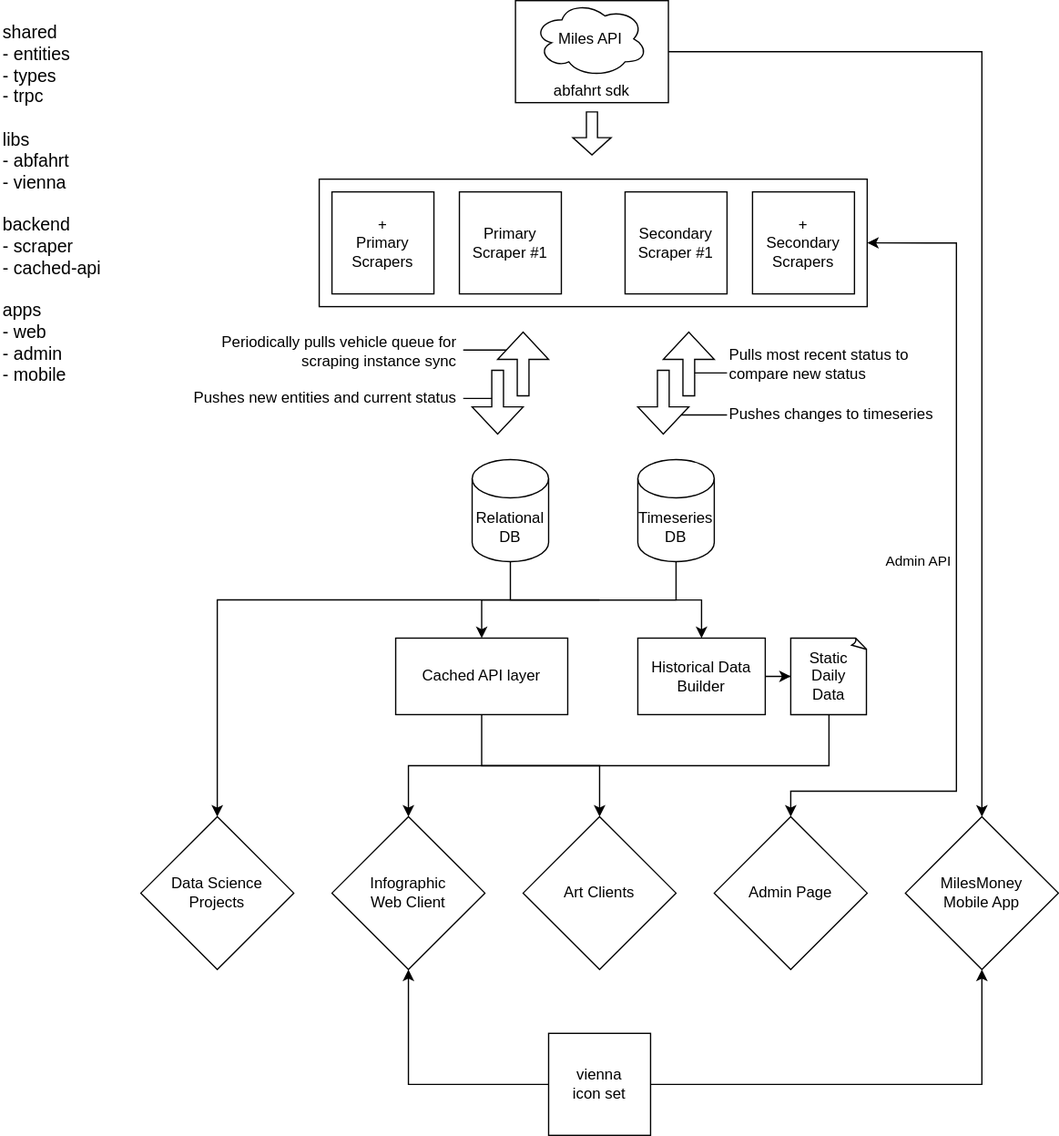
Before: docs/Project Structure.drawio.svg, a diagram exported from draw.io (koenidv/vorfahrt). Source tidied: cells renumbered, new cells last; positions are measured from the earlier drawing's top-left corner, leaving out a move shared by most shapes.
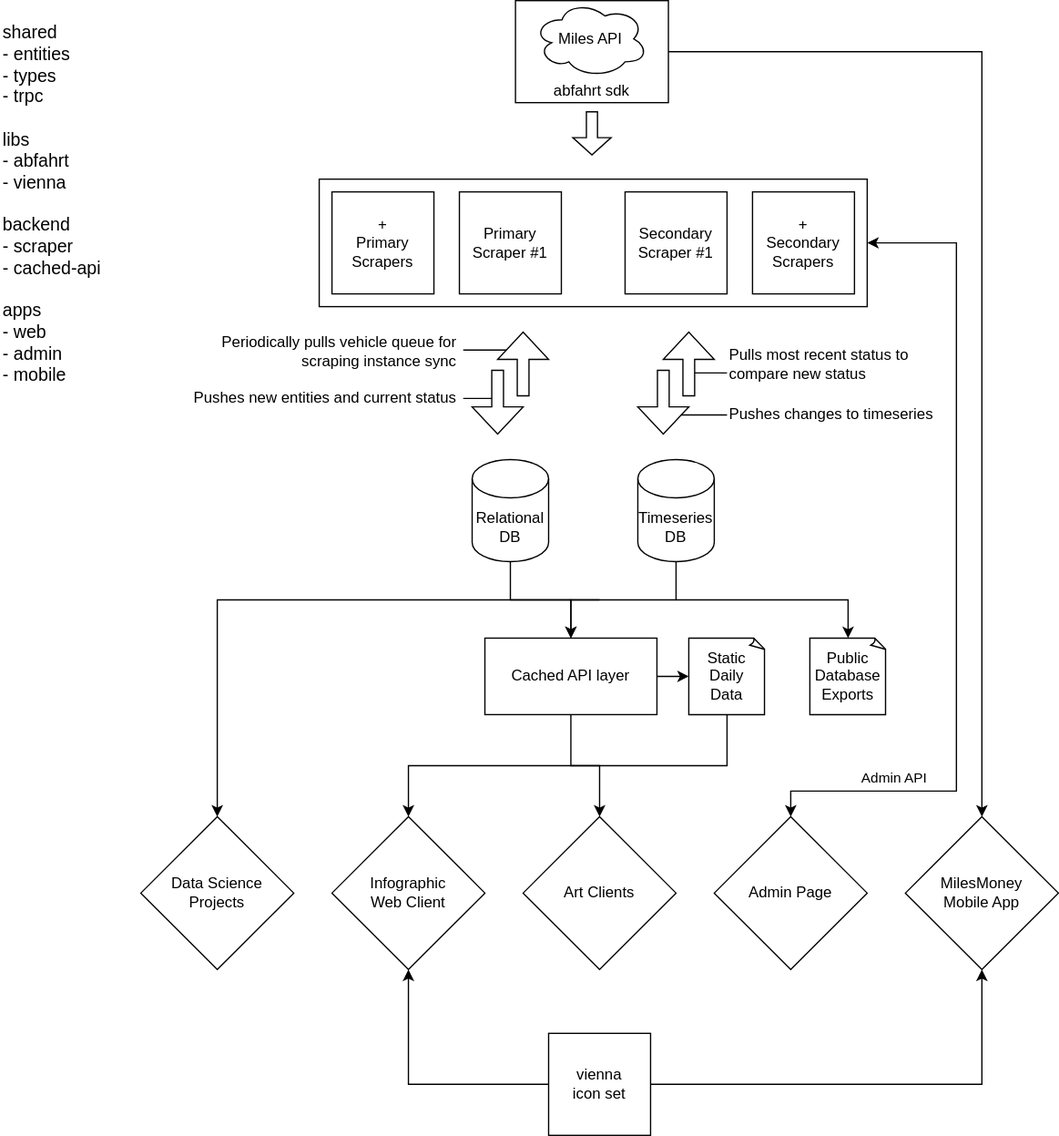
After the commit.

Change to the diagram source:
```diff
@@ -42,7 +42,7 @@
       <mxGeometry x="490" y="150" width="80" height="80" as="geometry" />
     </mxCell>
     <mxCell id="12" value="Admin API" style="edgeStyle=orthogonalEdgeStyle;rounded=0;jettySize=auto;html=1;entryX=0.5;entryY=0;entryDx=0;entryDy=0;startArrow=classic;startFill=1;" parent="1" edge="1" target="37">
-      <mxGeometry x="-0.02" y="-30" relative="1" as="geometry">
+      <mxGeometry x="0.69" y="-10" relative="1" as="geometry">
         <mxPoint x="680" y="190" as="sourcePoint" />
         <Array as="points">
           <mxPoint x="750" y="190" />
@@ -54,24 +54,14 @@
     <mxCell id="13" value="+&lt;br&gt;Secondary Scrapers" style="whiteSpace=wrap;html=1;" parent="1" vertex="1">
       <mxGeometry x="590" y="150" width="80" height="80" as="geometry" />
     </mxCell>
-    <mxCell id="14" style="edgeStyle=orthogonalEdgeStyle;rounded=0;jettySize=auto;html=1;entryX=0.5;entryY=0;entryDx=0;entryDy=0;" parent="1" edge="1" source="15" target="30">
-      <mxGeometry relative="1" as="geometry">
-        <Array as="points">
-          <mxPoint x="400" y="470" />
-          <mxPoint x="550" y="470" />
-        </Array>
-      </mxGeometry>
-    </mxCell>
+    <mxCell id="44" style="edgeStyle=orthogonalEdgeStyle;rounded=0;jettySize=auto;html=1;" parent="1" edge="1" source="15" target="28">
+      <mxGeometry relative="1" as="geometry" />
+    </mxCell>
     <mxCell id="15" value="Relational DB" style="shape=cylinder3;whiteSpace=wrap;html=1;boundedLbl=1;backgroundOutline=1;size=15;" parent="1" vertex="1">
       <mxGeometry x="370" y="360" width="60" height="80" as="geometry" />
     </mxCell>
     <mxCell id="16" style="edgeStyle=orthogonalEdgeStyle;rounded=0;jettySize=auto;html=1;entryX=0.5;entryY=0;entryDx=0;entryDy=0;" parent="1" edge="1" source="17" target="28">
-      <mxGeometry relative="1" as="geometry">
-        <Array as="points">
-          <mxPoint x="530" y="470" />
-          <mxPoint x="378" y="470" />
-        </Array>
-      </mxGeometry>
+      <mxGeometry relative="1" as="geometry" />
     </mxCell>
     <mxCell id="17" value="Timeseries DB" style="shape=cylinder3;whiteSpace=wrap;html=1;boundedLbl=1;backgroundOutline=1;size=15;" parent="1" vertex="1">
       <mxGeometry x="500" y="360" width="60" height="80" as="geometry" />
@@ -108,26 +98,23 @@
     <mxCell id="27" style="edgeStyle=orthogonalEdgeStyle;rounded=0;jettySize=auto;html=1;entryX=0.5;entryY=0;entryDx=0;entryDy=0;" parent="1" edge="1" source="28" target="35">
       <mxGeometry relative="1" as="geometry" />
     </mxCell>
+    <mxCell id="45" style="edgeStyle=orthogonalEdgeStyle;rounded=0;jettySize=auto;html=1;" parent="1" edge="1" source="28" target="31">
+      <mxGeometry relative="1" as="geometry" />
+    </mxCell>
     <mxCell id="28" value="Cached API layer" style="rounded=0;whiteSpace=wrap;html=1;" parent="1" vertex="1">
-      <mxGeometry x="310" y="500" width="135" height="60" as="geometry" />
+      <mxGeometry x="380" y="500" width="135" height="60" as="geometry" />
     </mxCell>
     <mxCell id="29" style="edgeStyle=orthogonalEdgeStyle;rounded=0;jettySize=auto;html=1;exitX=0.5;exitY=1;exitDx=0;exitDy=0;exitPerimeter=0;" parent="1" edge="1" source="31" target="34">
       <mxGeometry relative="1" as="geometry">
         <Array as="points">
-          <mxPoint x="650" y="600" />
+          <mxPoint x="570" y="600" />
           <mxPoint x="320" y="600" />
         </Array>
       </mxGeometry>
     </mxCell>
-    <mxCell id="30" value="Historical Data Builder" style="rounded=0;whiteSpace=wrap;html=1;" parent="1" vertex="1">
-      <mxGeometry x="500" y="500" width="100" height="60" as="geometry" />
-    </mxCell>
     <mxCell id="31" value="Static Daily&lt;br&gt;Data" style="whiteSpace=wrap;html=1;shape=mxgraph.basic.document;" parent="1" vertex="1">
-      <mxGeometry x="620" y="500" width="60" height="60" as="geometry" />
+      <mxGeometry x="540" y="500" width="60" height="60" as="geometry" />
     </mxCell>
-    <mxCell id="32" style="edgeStyle=orthogonalEdgeStyle;rounded=0;jettySize=auto;html=1;entryX=0;entryY=0.5;entryDx=0;entryDy=0;entryPerimeter=0;" parent="1" edge="1" source="30" target="31">
-      <mxGeometry relative="1" as="geometry" />
-    </mxCell>
     <mxCell id="33" style="html=1;shadow=0;dashed=0;align=center;verticalAlign=middle;shape=mxgraph.arrows2.arrow;dy=0.71;dx=13.54;direction=north;notch=0;rotation=-180;" parent="1" vertex="1">
       <mxGeometry x="449" y="87.2" width="30" height="33.8" as="geometry" />
     </mxCell>
@@ -166,5 +153,16 @@
     <mxCell id="43" value="vienna&lt;br&gt;icon set" style="whiteSpace=wrap;html=1;" parent="1" vertex="1">
       <mxGeometry x="430" y="810" width="80" height="80" as="geometry" />
     </mxCell>
+    <mxCell id="46" value="Public Database Exports" style="whiteSpace=wrap;html=1;shape=mxgraph.basic.document;" parent="1" vertex="1">
+      <mxGeometry x="635" y="500" width="60" height="60" as="geometry" />
+    </mxCell>
+    <mxCell id="47" style="endArrow=classic;html=1;rounded=0;entryX=0.5;entryY=0;entryDx=0;entryDy=0;entryPerimeter=0;" parent="1" edge="1" target="46">
+      <mxGeometry relative="1" as="geometry">
+        <mxPoint x="530" y="470" as="sourcePoint" />
+        <Array as="points">
+          <mxPoint x="665" y="470" />
+        </Array>
+      </mxGeometry>
+    </mxCell>
   </root>
 </mxGraphModel>
```
